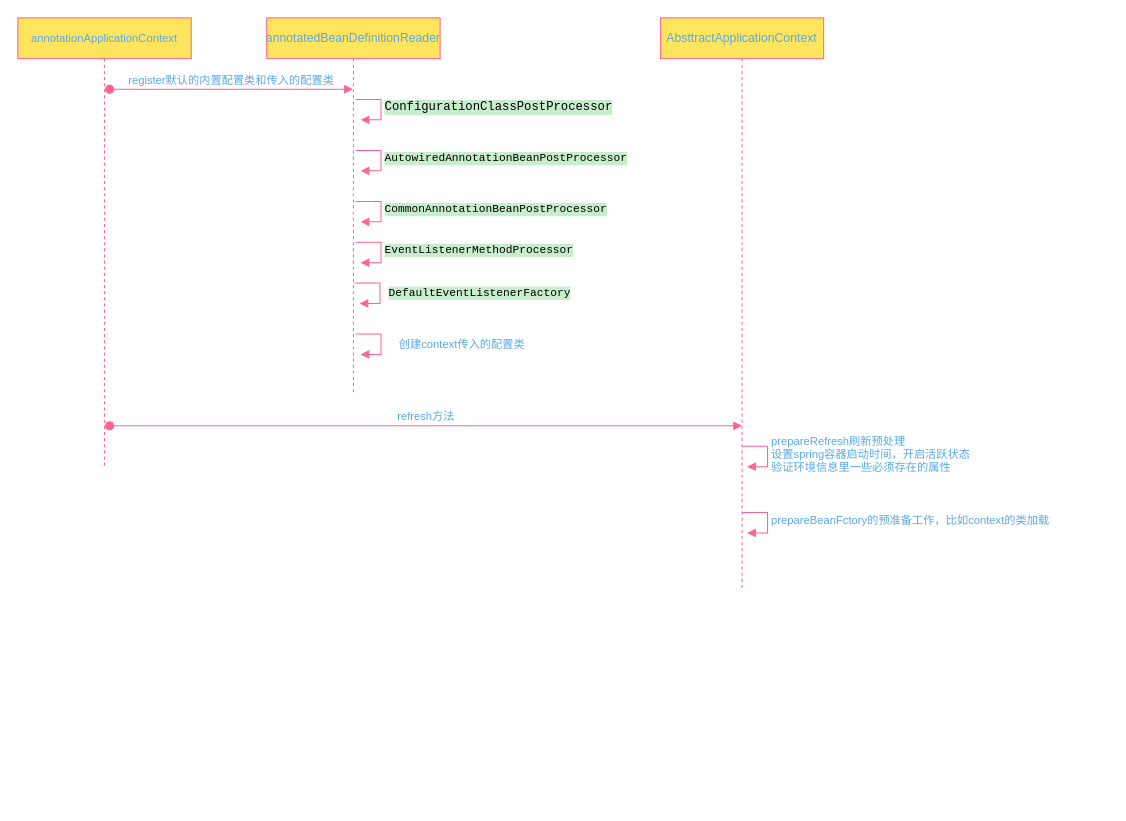
This is spring-时序图.drawio from qinhaohao1114/my-draw, a draw.io file, before an edit. Source tidied: cells renumbered, new cells numbered last; positions are measured from the earlier drawing's top-left corner, leaving out a move shared by most shapes. Both pictures are drawn from the tidied source at 102%, with x=0, y=0 at pixel (17, 17).
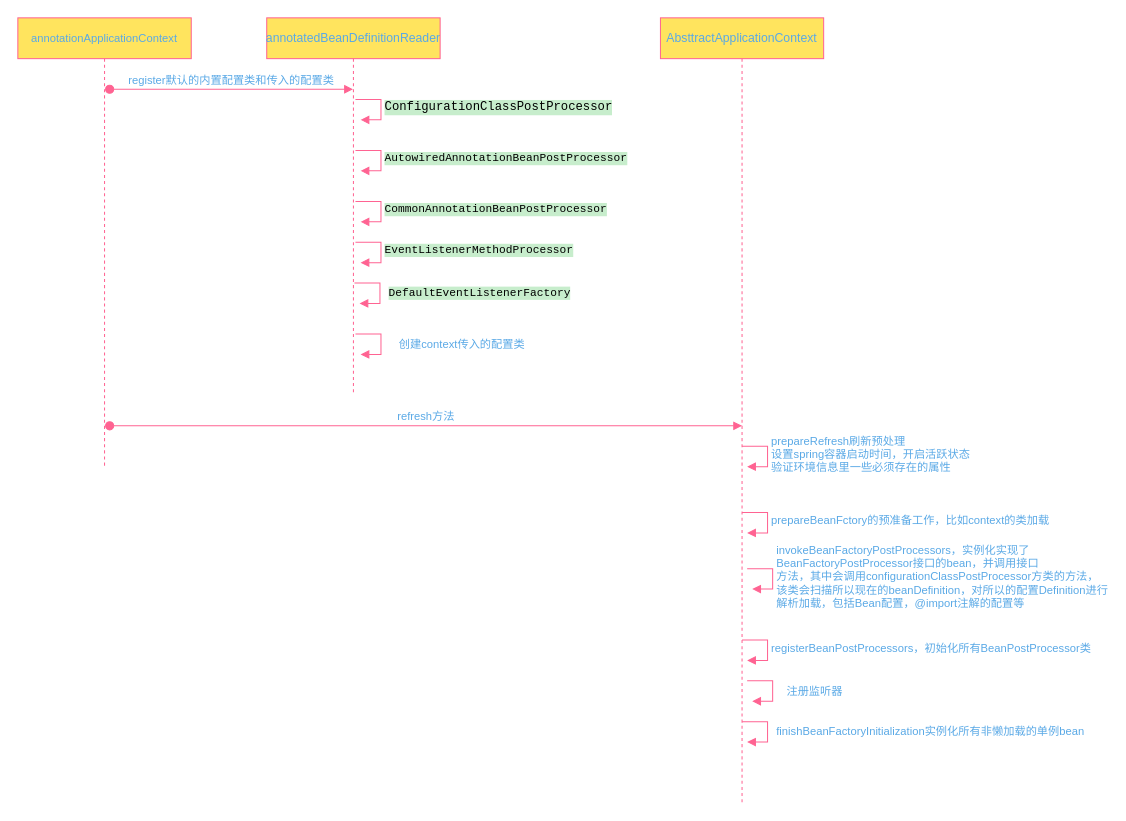
After the change.

The edit, as a diff of the source:
```diff
@@
     <mxCell id="11" value="AbsttractApplicationContext" style="shape=umlLifeline;perimeter=lifelinePerimeter;whiteSpace=wrap;html=1;rounded=0;sketch=0;strokeColor=#FF6392;fillColor=#FFE45E;fontColor=#5AA9E6;" parent="1" vertex="1">
-      <mxGeometry x="630" width="160" height="560" as="geometry" />
+      <mxGeometry x="630" width="160" height="770" as="geometry" />
     </mxCell>
@@
+    <mxCell id="15" value="invokeBeanFactoryPostProcessors，实例化实现了&lt;br&gt;BeanFactoryPostProcessor接口的bean，并调用接口&lt;br&gt;方法，其中会调用configurationClassPostProcessor方类的方法，&lt;br&gt;该类会扫描所以现在的beanDefinition，对所以的配置Definition进行&lt;br&gt;解析加载，包括Bean配置，@import注解的配置等" style="edgeStyle=orthogonalEdgeStyle;html=1;align=left;spacingLeft=2;endArrow=block;rounded=0;entryX=1;entryY=0;strokeColor=#FF6392;fillColor=#FFE45E;fontColor=#5AA9E6;" parent="11" edge="1">
+      <mxGeometry relative="1" as="geometry">
+        <mxPoint x="85" y="540" as="sourcePoint" />
+        <mxPoint x="90" y="560" as="targetPoint" />
+        <Array as="points">
+          <mxPoint x="110" y="540" />
+        </Array>
+      </mxGeometry>
+    </mxCell>
+    <mxCell id="16" value="注册监听器" style="edgeStyle=orthogonalEdgeStyle;html=1;align=left;spacingLeft=2;endArrow=block;rounded=0;entryX=1;entryY=0;strokeColor=#FF6392;fillColor=#FFE45E;fontColor=#5AA9E6;" parent="11" edge="1">
+      <mxGeometry x="0.38" y="-14" relative="1" as="geometry">
+        <mxPoint x="85" y="650" as="sourcePoint" />
+        <mxPoint x="90" y="670" as="targetPoint" />
+        <Array as="points">
+          <mxPoint x="110" y="650" />
+        </Array>
+        <mxPoint x="10" y="4" as="offset" />
+      </mxGeometry>
+    </mxCell>
+    <mxCell id="17" value="finishBeanFactoryInitialization实例化所有非懒加载的单例bean" style="edgeStyle=orthogonalEdgeStyle;html=1;align=left;spacingLeft=2;endArrow=block;rounded=0;entryX=1;entryY=0;strokeColor=#FF6392;fillColor=#FFE45E;fontColor=#5AA9E6;" parent="11" edge="1">
+      <mxGeometry x="0.08" y="5" relative="1" as="geometry">
+        <mxPoint x="80" y="690" as="sourcePoint" />
+        <mxPoint x="85" y="710" as="targetPoint" />
+        <Array as="points">
+          <mxPoint x="105" y="690" />
+        </Array>
+      </mxGeometry>
+    </mxCell>
@@
+    <mxCell id="18" value="registerBeanPostProcessors，初始化所有BeanPostProcessor类" style="edgeStyle=orthogonalEdgeStyle;html=1;align=left;spacingLeft=2;endArrow=block;rounded=0;entryX=1;entryY=0;strokeColor=#FF6392;fillColor=#FFE45E;fontColor=#5AA9E6;" parent="1" edge="1">
+      <mxGeometry relative="1" as="geometry">
+        <mxPoint x="710" y="610" as="sourcePoint" />
+        <mxPoint x="715" y="630" as="targetPoint" />
+        <Array as="points">
+          <mxPoint x="735" y="610" />
+        </Array>
+      </mxGeometry>
+    </mxCell>
```
